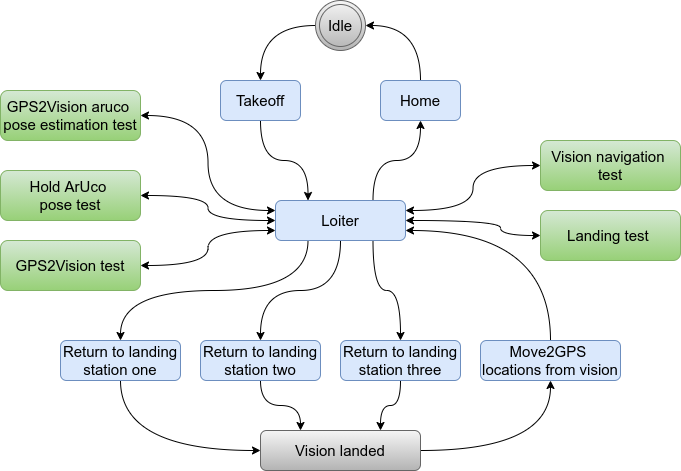
Above: master_report/Figures/state_machine_state.png in Kenil16/master_project (draw.io), before the change. Source tidied: cells renumbered, new cells last; positions are measured from the earlier drawing's top-left corner, leaving out a move shared by most shapes.
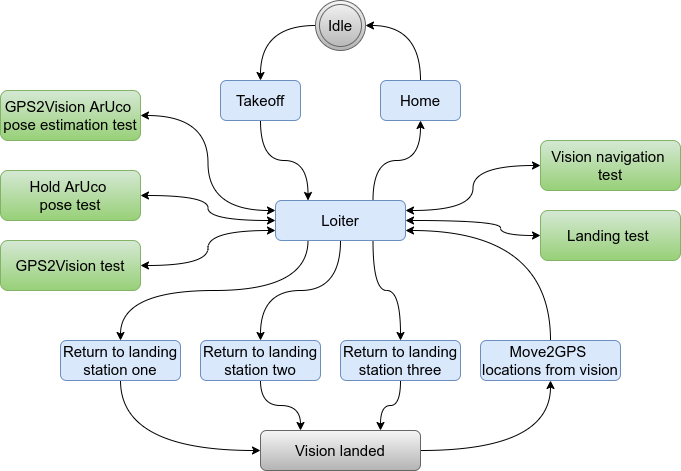
Later version of the same file.

The edit, as a diff of the source:
```diff
@@ -2,7 +2,7 @@
   <root>
     <mxCell id="0" />
     <mxCell id="1" parent="0" />
-    <mxCell id="2" value="&lt;pre style=&quot;font-size: 15px ; margin-top: 0px ; margin-bottom: 0px&quot;&gt;&lt;pre style=&quot;margin-top: 0px ; margin-bottom: 0px&quot;&gt;&lt;font style=&quot;font-size: 15px&quot; face=&quot;Helvetica&quot;&gt;GPS2Vision aruco &lt;/font&gt;&lt;/pre&gt;&lt;pre style=&quot;margin-top: 0px ; margin-bottom: 0px&quot;&gt;&lt;font style=&quot;font-size: 15px&quot; face=&quot;Helvetica&quot;&gt;pose estimation test&lt;/font&gt;&lt;/pre&gt;&lt;/pre&gt;" style="rounded=1;whiteSpace=wrap;html=1;gradientColor=#97d077;fillColor=#d5e8d4;strokeColor=#82b366;" parent="1" vertex="1">
+    <mxCell id="2" value="&lt;pre style=&quot;font-size: 15px ; margin-top: 0px ; margin-bottom: 0px&quot;&gt;&lt;pre style=&quot;margin-top: 0px ; margin-bottom: 0px&quot;&gt;&lt;font style=&quot;font-size: 15px&quot; face=&quot;Helvetica&quot;&gt;GPS2Vision ArUco &lt;/font&gt;&lt;/pre&gt;&lt;pre style=&quot;margin-top: 0px ; margin-bottom: 0px&quot;&gt;&lt;font style=&quot;font-size: 15px&quot; face=&quot;Helvetica&quot;&gt;pose estimation test&lt;/font&gt;&lt;/pre&gt;&lt;/pre&gt;" style="rounded=1;whiteSpace=wrap;html=1;gradientColor=#97d077;fillColor=#d5e8d4;strokeColor=#82b366;" parent="1" vertex="1">
       <mxGeometry y="90" width="140" height="50" as="geometry" />
     </mxCell>
     <mxCell id="3" style="edgeStyle=orthogonalEdgeStyle;curved=1;rounded=0;jettySize=auto;html=1;exitX=0.5;exitY=1;exitDx=0;exitDy=0;entryX=0.75;entryY=0;entryDx=0;entryDy=0;" parent="1" edge="1" source="4" target="22">
```
